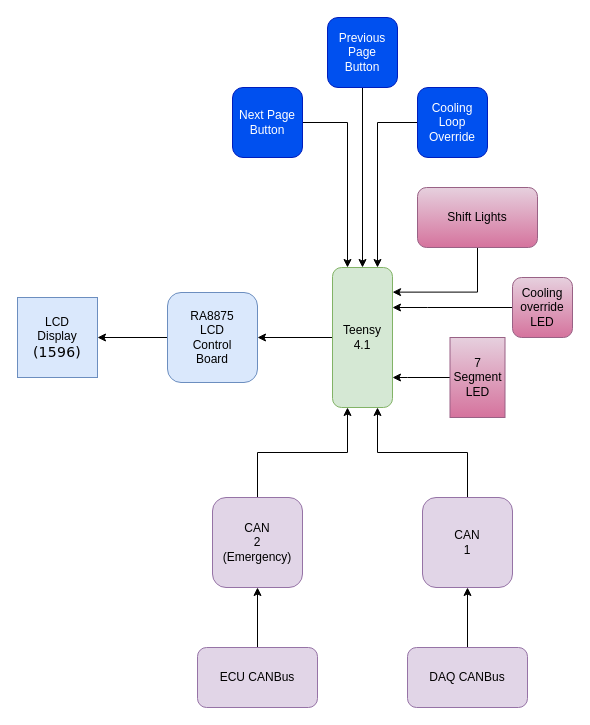
KSU-MS/IC-Dash keeps this draw.io diagram as Dash-IC.drawio. Above is the earlier version. Source tidied: cells renumbered, new cells numbered last; positions are measured from the earlier drawing's top-left corner, leaving out a move shared by most shapes. Both pictures are drawn from the tidied source at 100%, with x=0, y=0 at pixel (17, 17).
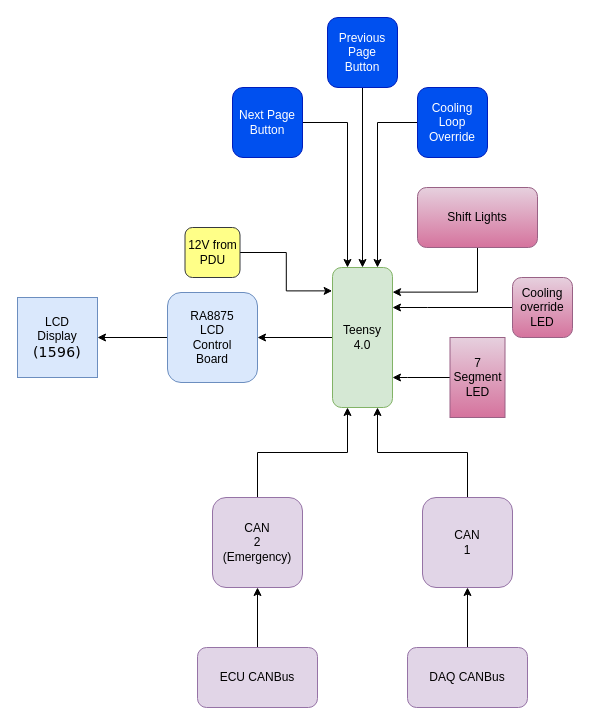
Above is the later version.

Change to the diagram source:
```diff
@@
-    <mxCell id="3" value="Teensy&lt;br&gt;4.1" style="rounded=1;whiteSpace=wrap;html=1;fillColor=#d5e8d4;strokeColor=#82b366;" parent="1" vertex="1">
+    <mxCell id="3" value="Teensy&lt;br&gt;4.0" style="rounded=1;whiteSpace=wrap;html=1;fillColor=#d5e8d4;strokeColor=#82b366;" parent="1" vertex="1">
       <mxGeometry x="315" y="250" width="60" height="140" as="geometry" />
     </mxCell>
@@
+    <mxCell id="27" style="edgeStyle=orthogonalEdgeStyle;rounded=0;jettySize=auto;html=1;exitX=1;exitY=0.5;exitDx=0;exitDy=0;entryX=-0.006;entryY=0.167;entryDx=0;entryDy=0;entryPerimeter=0;" parent="1" edge="1" source="28" target="3">
+      <mxGeometry relative="1" as="geometry" />
+    </mxCell>
+    <mxCell id="28" value="12V from PDU" style="rounded=1;whiteSpace=wrap;html=1;fillColor=#ffff88;strokeColor=#36393d;" parent="1" vertex="1">
+      <mxGeometry x="167.5" y="210" width="55" height="50" as="geometry" />
+    </mxCell>
```
